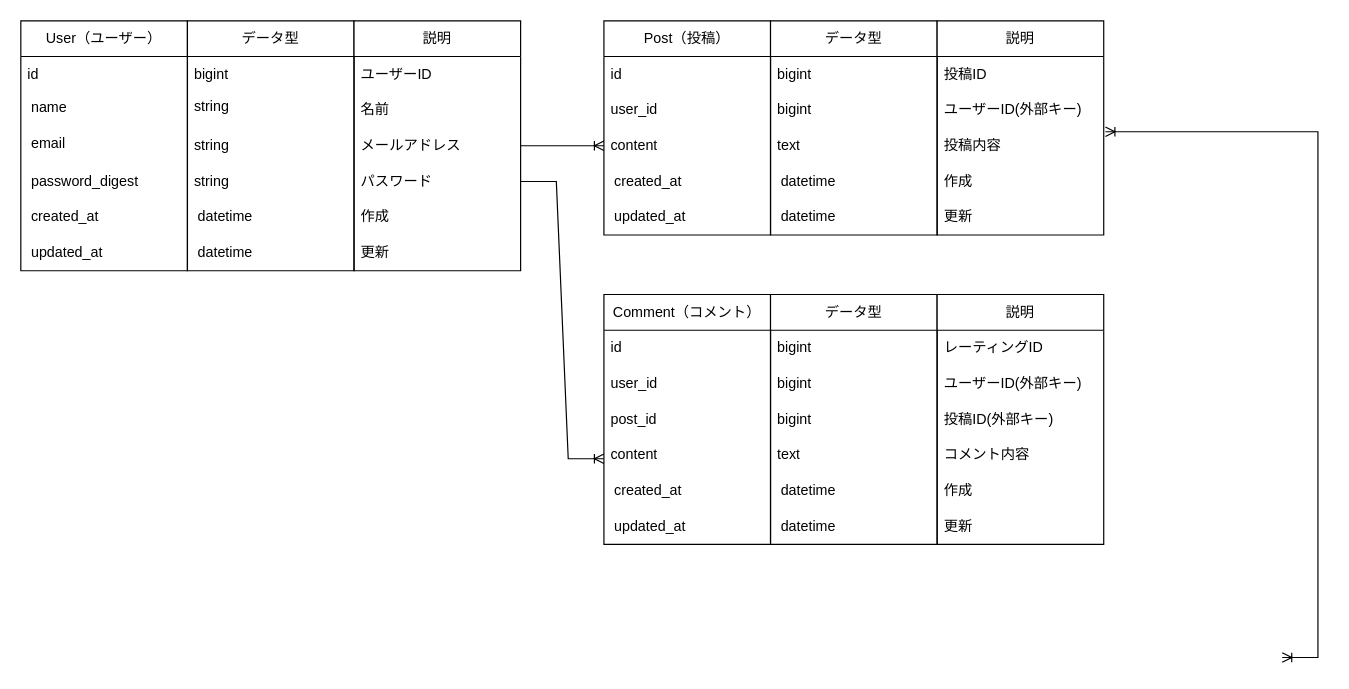
This is 名称未設定ファイル.drawio from Itok1000/miniapp02, a draw.io file, before an edit. Source tidied: cells renumbered, new cells numbered last; positions are measured from the earlier drawing's top-left corner, leaving out a move shared by most shapes. Both pictures are drawn from the tidied source at 119%, with x=0, y=0 at pixel (20, 20).
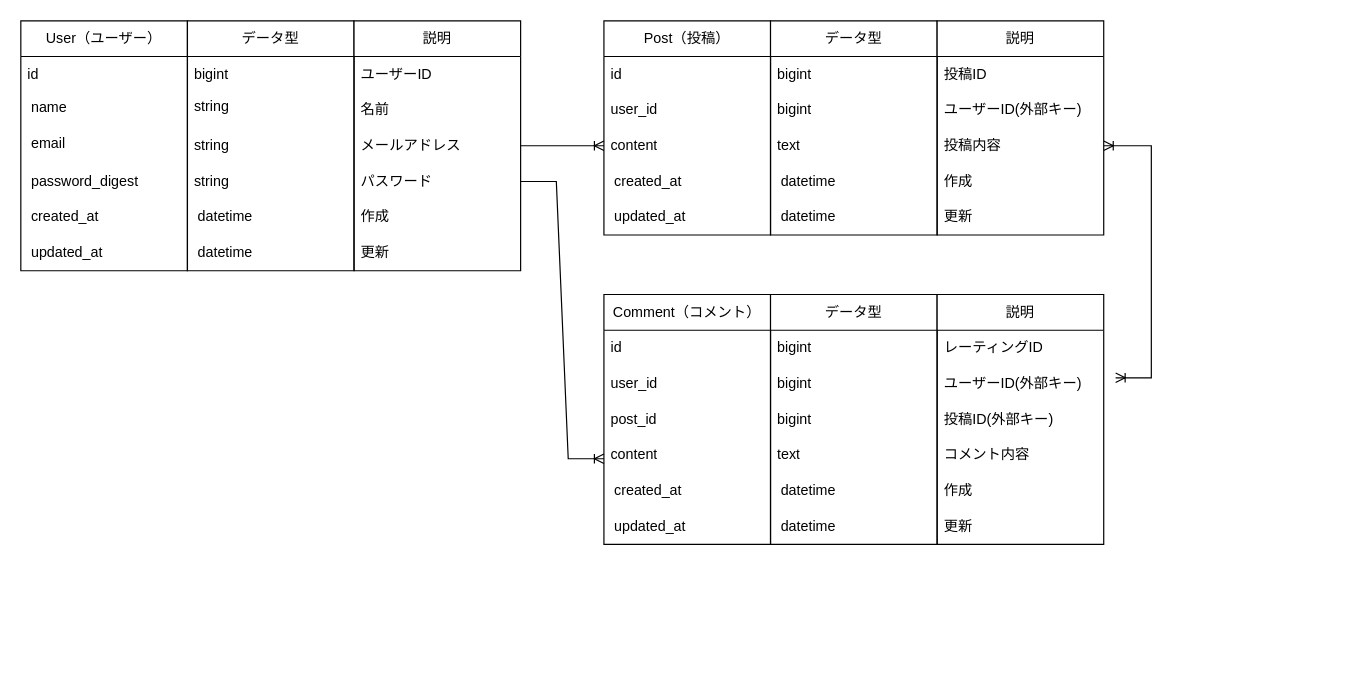
Above is the later version.

Commit message:
名称未設定ファイル.drawio を更新します

Unchanged cells that the change refers to:
```xml
<mxCell id="42" value="投稿内容" style="text;strokeColor=none;fillColor=none;align=left;verticalAlign=middle;spacingLeft=4;spacingRight=4;overflow=hidden;points=[[0,0.5],[1,0.5]];portConstraint=eastwest;whiteSpace=wrap;html=1;" parent="39" vertex="1">
  <mxGeometry y="90" width="140" height="30" as="geometry" />
</mxCell>
```

Diff of the diagram source:
```diff
@@
-    <mxCell id="70" style="edgeStyle=entityRelationEdgeStyle;fontSize=12;html=1;endArrow=ERoneToMany;startArrow=ERoneToMany;rounded=0;entryX=1.01;entryY=0.107;entryDx=0;entryDy=0;entryPerimeter=0;exitX=1;exitY=0.5;exitDx=0;exitDy=0;" parent="1" edge="1" target="42">
+    <mxCell id="70" style="edgeStyle=entityRelationEdgeStyle;fontSize=12;html=1;endArrow=ERoneToMany;startArrow=ERoneToMany;rounded=0;entryX=1;entryY=0.5;entryDx=0;entryDy=0;exitX=1;exitY=0.5;exitDx=0;exitDy=0;" parent="1" edge="1" target="42">
       <mxGeometry relative="1" as="geometry">
-        <mxPoint x="1060" y="535" as="sourcePoint" />
+        <mxPoint x="920" y="300" as="sourcePoint" />
+        <Array as="points">
+          <mxPoint x="940" y="310" />
+          <mxPoint x="980" y="220" />
+        </Array>
       </mxGeometry>
     </mxCell>
```
